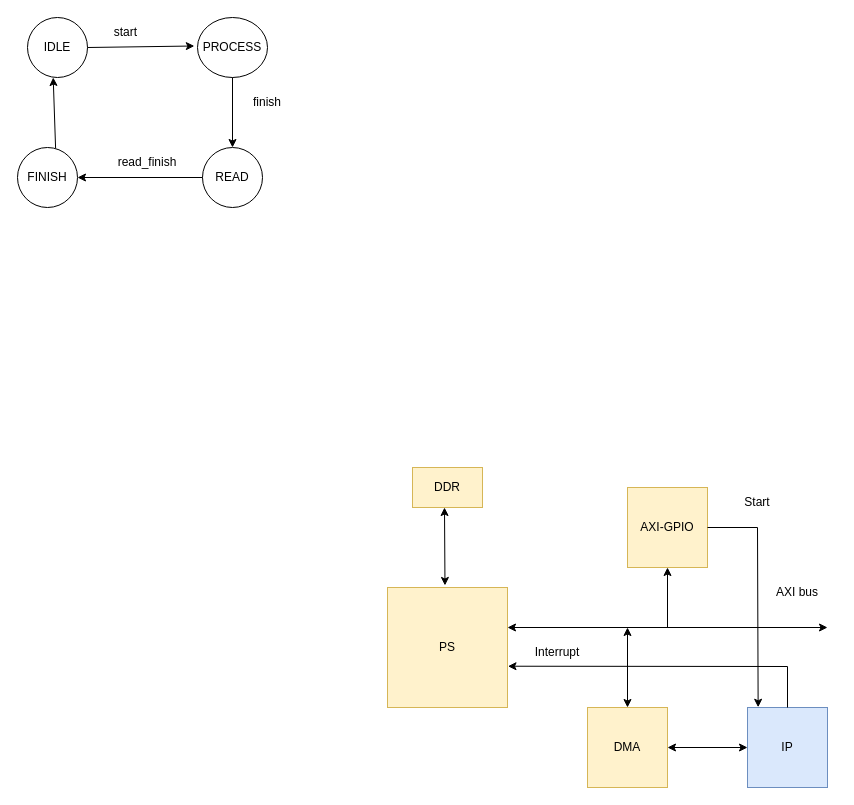
Hieuueihm/Thesis keeps this draw.io diagram as report/drawio/SoC.drawio. Above is the earlier version. Source tidied: cells renumbered, new cells numbered last; positions are measured from the earlier drawing's top-left corner, leaving out a move shared by most shapes. Both pictures are drawn from the tidied source at 100%, with x=0, y=0 at pixel (17, 17).
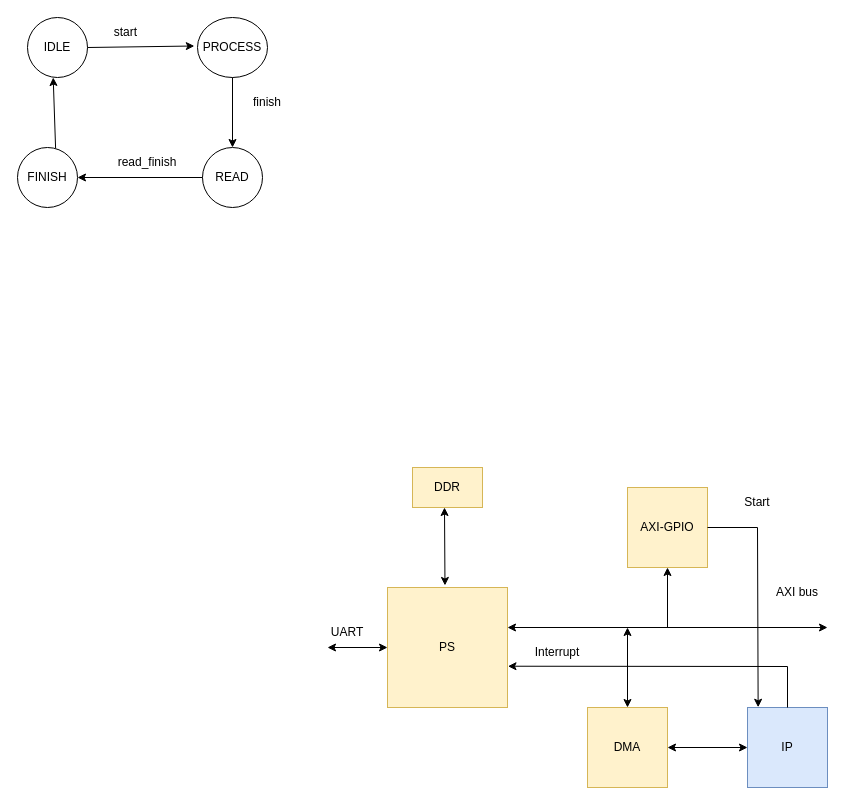
Above is the later version.

The change refers to these unchanged cells:
```xml
<mxCell id="2" value="PS" style="whiteSpace=wrap;html=1;fillColor=#fff2cc;strokeColor=#d6b656;" parent="1" vertex="1">
  <mxGeometry x="370" y="570" width="120" height="120" as="geometry" />
</mxCell>
```

The edit, as a diff of the source:
```diff
@@
+    <mxCell id="28" style="endArrow=classic;startArrow=classic;html=1;rounded=0;entryX=0;entryY=0.5;entryDx=0;entryDy=0;" parent="1" edge="1" target="2">
+      <mxGeometry relative="1" as="geometry">
+        <mxPoint x="310" y="630" as="sourcePoint" />
+      </mxGeometry>
+    </mxCell>
+    <mxCell id="29" value="UART" style="text;html=1;align=center;verticalAlign=middle;whiteSpace=wrap;rounded=0;" parent="1" vertex="1">
+      <mxGeometry x="300" y="600" width="60" height="30" as="geometry" />
+    </mxCell>
```
